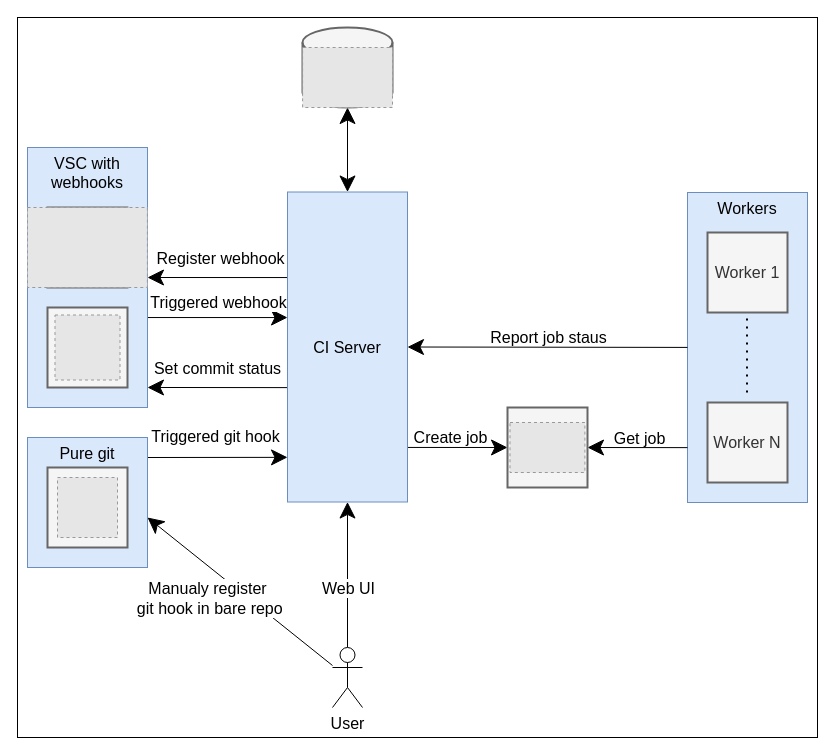
The draw.io diagram docs/architecture.drawio in FilipSolich/shark-ci, before the edit. Source tidied: cells renumbered, new cells numbered last; positions are measured from the earlier drawing's top-left corner, leaving out a move shared by most shapes. Both pictures are drawn from the tidied source at 100%, with x=0, y=0 at pixel (17, 17). Pictures stored in the file or linked from it are replaced by grey dashed boxes.
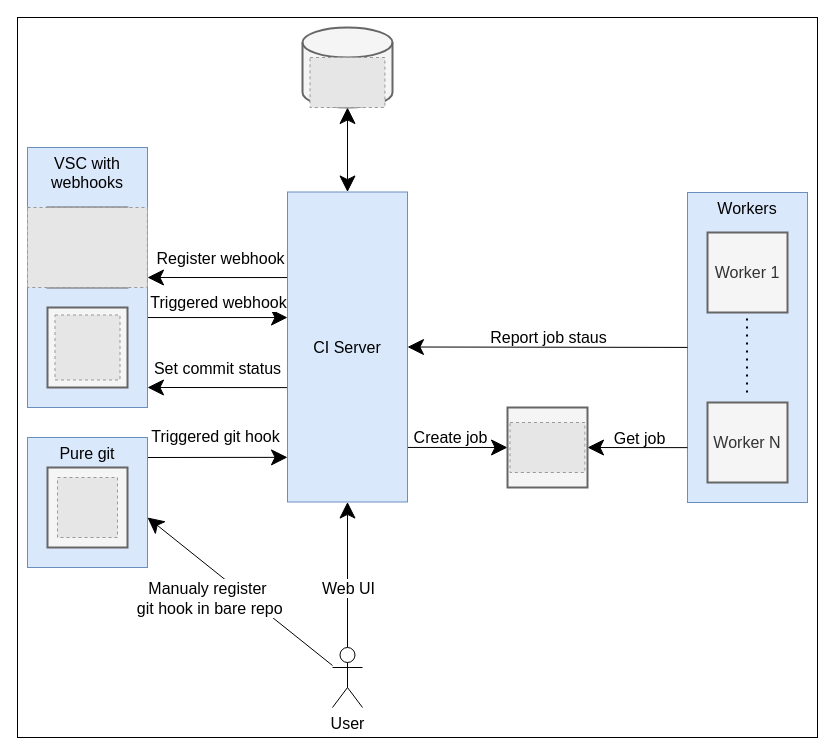
The same page after the edit.

Unchanged cells that the change refers to:
```xml
<mxCell id="36" style="group;" parent="1" vertex="1">
  <mxGeometry x="285" y="10" width="90" height="80" as="geometry" />
</mxCell>
```

Change to the diagram source:
```diff
@@
-    <mxCell id="38" style="fillColor=#E6E6E6;strokeColor=#999999;dashed=1;verticalLabelPosition=bottom;verticalAlign=top;" parent="36" vertex="1">
-      <mxGeometry x="0.1" y="20" width="89.9" height="60" as="geometry" />
-    </mxCell>
+    <mxCell id="46" style="fillColor=#E6E6E6;strokeColor=#999999;dashed=1;verticalLabelPosition=bottom;verticalAlign=top;" parent="36" vertex="1">
+      <mxGeometry x="7.5" y="30" width="74.9" height="50" as="geometry" />
+    </mxCell>
```
